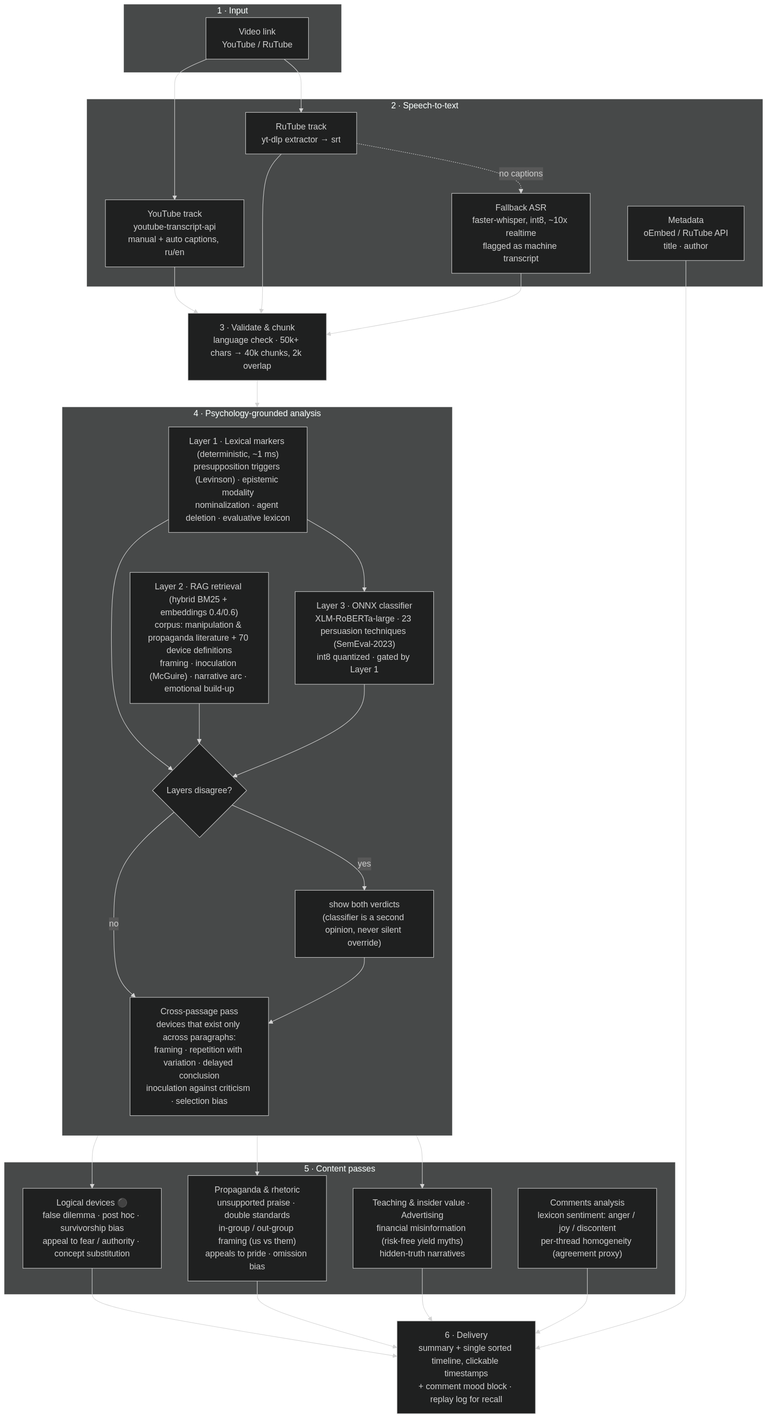
Before: assets/video-analysis-pipeline.png, a diagram exported from Mermaid (AlexShutov/BrainHackAnalyzeHermesSkill). Its source is kept beside it as assets/video-analysis-pipeline.mmd.
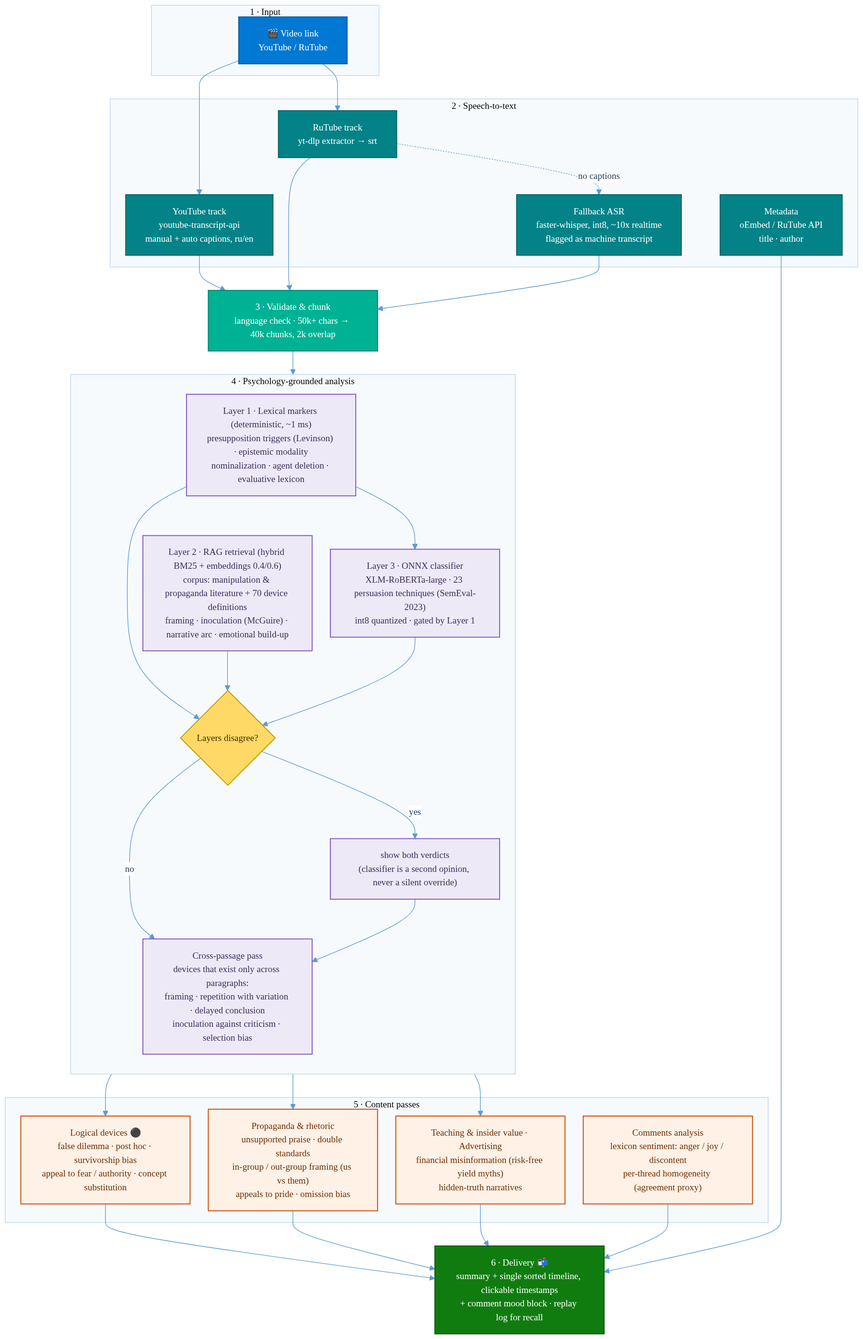
After the commit.

Commit message:
Diagram: light Microsoft-Fluent style (blue/teal/purple/orange/green), vivid PNG + colored mermaid in README

What changed in the source:
```diff
@@ -1,6 +1,21 @@
+%%{init: {"theme":"base","themeVariables":{
+  "background":"#FFFFFF","fontFamily":"Segoe UI, Arial, sans-serif","fontSize":"14px",
+  "primaryColor":"#E8F1FB","primaryTextColor":"#1B3A57","primaryBorderColor":"#0078D4",
+  "lineColor":"#5B9BD5","clusterBkg":"#F7FAFD","clusterBorder":"#B8D4EE",
+  "edgeLabelBackground":"#FFFFFF"
+},"flowchart":{"curve":"basis","nodeSpacing":28,"rankSpacing":36,"htmlLabels":true}}}%%
 flowchart TB
+    classDef input fill:#0078D4,stroke:#005A9E,color:#FFFFFF,stroke-width:1.5px
+    classDef stt fill:#038387,stroke:#026364,color:#FFFFFF,stroke-width:1.5px
+    classDef stage fill:#00B294,stroke:#008272,color:#FFFFFF,stroke-width:1.5px
+    classDef psy fill:#EEE9F7,stroke:#8661C5,color:#3B2E58,stroke-width:1.5px
+    classDef psyCore fill:#8661C5,stroke:#6B4BA1,color:#FFFFFF,stroke-width:1.5px
+    classDef pass fill:#FFF1E6,stroke:#CA5010,color:#6B2E00,stroke-width:1.5px
+    classDef out fill:#107C10,stroke:#0B5A0B,color:#FFFFFF,stroke-width:1.5px
+    classDef decide fill:#FFD966,stroke:#C19C00,color:#3B2E00,stroke-width:1.5px
+
     subgraph IN["1 · Input"]
-        URL["Video link<br/>YouTube / RuTube"]
+        URL["🎬 Video link<br/>YouTube / RuTube"]
     end
 
     subgraph TR["2 · Speech-to-text"]
@@ -18,7 +33,7 @@
         RAG["Layer 2 · RAG retrieval (hybrid BM25 + embeddings 0.4/0.6)<br/>corpus: manipulation & propaganda literature + 70 device definitions<br/>framing · inoculation (McGuire) · narrative arc · emotional build-up"]
         CLF["Layer 3 · ONNX classifier<br/>XLM-RoBERTa-large · 23 persuasion techniques (SemEval-2023)<br/>int8 quantized · gated by Layer 1"]
         CONF{"Layers disagree?"}
-        BOTH["show both verdicts<br/>(classifier is a second opinion, never silent override)"]
+        BOTH["show both verdicts<br/>(classifier is a second opinion, never a silent override)"]
         CROSS["Cross-passage pass<br/>devices that exist only across paragraphs:<br/>framing · repetition with variation · delayed conclusion<br/>inoculation against criticism · selection bias"]
     end
 
@@ -29,7 +44,7 @@
         COM["Comments analysis<br/>lexicon sentiment: anger / joy / discontent<br/>per-thread homogeneity (agreement proxy)"]
     end
 
-    OUT["6 · Delivery<br/>summary + single sorted timeline, clickable timestamps<br/>+ comment mood block · replay log for recall"]
+    OUT["6 · Delivery 📬<br/>summary + single sorted timeline, clickable timestamps<br/>+ comment mood block · replay log for recall"]
 
     URL --> YT
     URL --> RT
@@ -51,3 +66,11 @@
     COM --> OUT
     META --> OUT
     VAL --> RAG
+
+    class URL input
+    class YT,RT,WH,META stt
+    class VAL stage
+    class MARK,RAG,CLF,CROSS,BOTH psy
+    class CONF decide
+    class L1,L2,L3,COM pass
+    class OUT out
```
